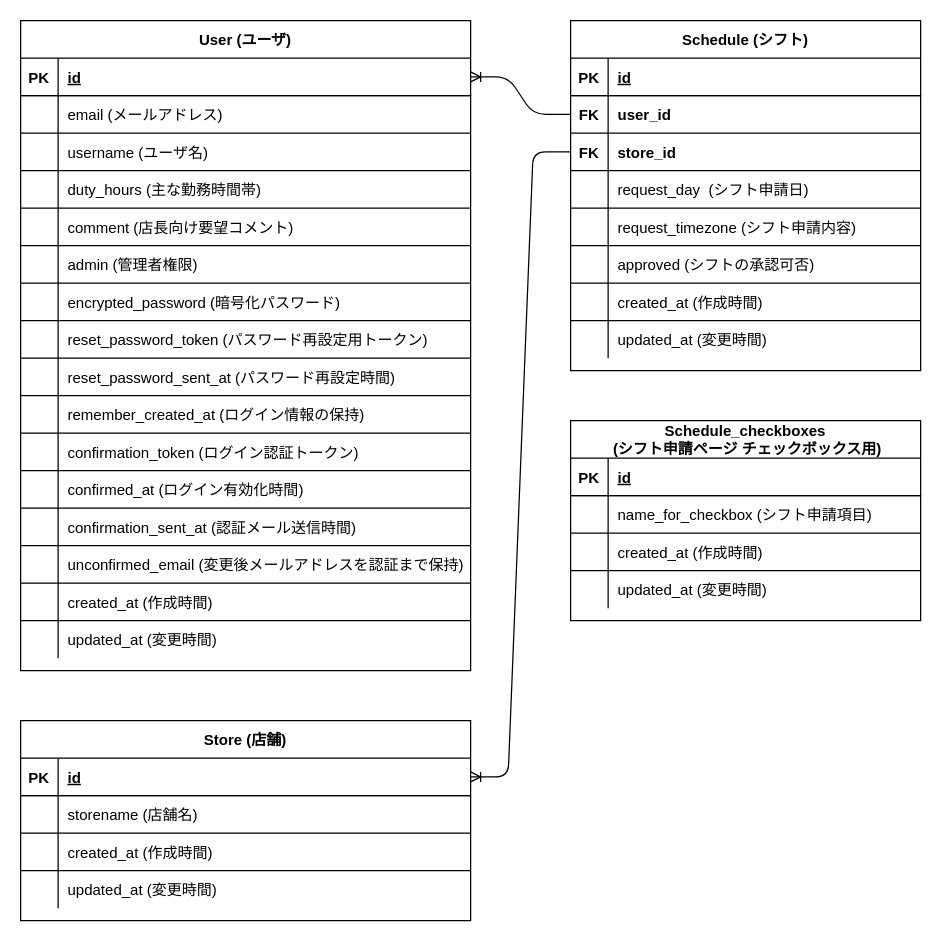
webzawa/schedule-management-app keeps this draw.io diagram as ER-diagram.drawio. Above is the earlier version. Source tidied: cells renumbered, new cells numbered last; positions are measured from the earlier drawing's top-left corner, leaving out a move shared by most shapes. Both pictures are drawn from the tidied source at 125%, with x=0, y=0 at pixel (20, 20).
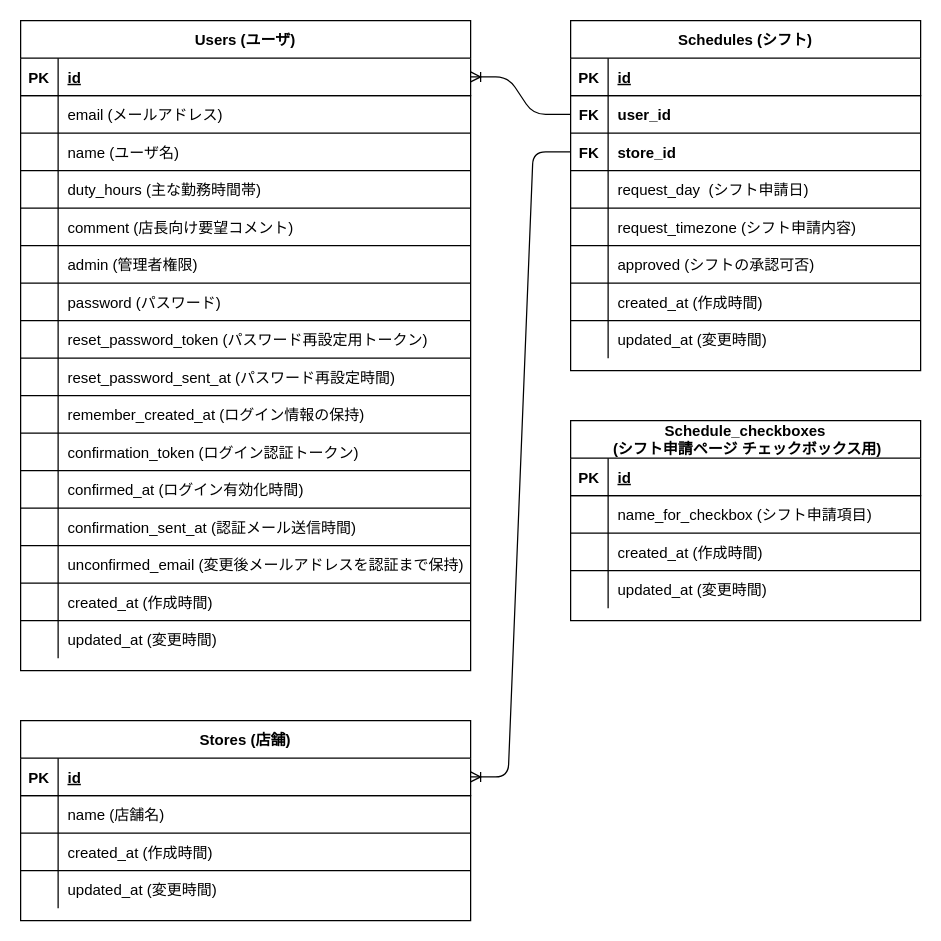
After the change.

The change refers to these unchanged cells:
```xml
<mxCell id="9" style="shape=partialRectangle;fillColor=none;top=0;left=0;bottom=0;right=0;fontColor=#000000;strokeColor=#000000;" parent="2" vertex="1">
  <mxGeometry y="90" width="360" height="30" as="geometry" />
</mxCell>
<mxCell id="21" style="shape=partialRectangle;fillColor=none;top=0;left=0;bottom=0;right=0;fontColor=#000000;strokeColor=#000000;" parent="2" vertex="1">
  <mxGeometry y="210" width="360" height="30" as="geometry" />
</mxCell>
<mxCell id="55" style="shape=partialRectangle;fillColor=none;top=0;left=0;bottom=0;right=0;fontColor=#000000;strokeColor=#000000;" parent="51" vertex="1">
  <mxGeometry y="60" width="360" height="30" as="geometry" />
</mxCell>
```

Diff of the diagram source:
```diff
@@
-    <mxCell id="2" value="User (ユーザ)" style="shape=table;startSize=30;childLayout=tableLayout;rowLines=1;fontStyle=1;align=center;swimlaneFillColor=none;" parent="1" vertex="1">
+    <mxCell id="2" value="Users (ユーザ)" style="shape=table;startSize=30;childLayout=tableLayout;rowLines=1;fontStyle=1;align=center;swimlaneFillColor=none;" parent="1" vertex="1">
       <mxGeometry width="360" height="520" as="geometry" />
     </mxCell>
@@
-    <mxCell id="11" value="username (ユーザ名)" style="shape=partialRectangle;fillColor=none;top=0;left=0;bottom=0;right=0;align=left;spacingLeft=6;overflow=hidden;fontColor=#000000;strokeColor=#000000;" parent="9" vertex="1">
+    <mxCell id="11" value="name (ユーザ名)" style="shape=partialRectangle;fillColor=none;top=0;left=0;bottom=0;right=0;align=left;spacingLeft=6;overflow=hidden;fontColor=#000000;strokeColor=#000000;" parent="9" vertex="1">
       <mxGeometry x="30" width="330" height="30" as="geometry" />
     </mxCell>
@@
-    <mxCell id="23" value="encrypted_password (暗号化パスワード)" style="shape=partialRectangle;fillColor=none;top=0;left=0;bottom=0;right=0;align=left;spacingLeft=6;overflow=hidden;fontColor=#000000;strokeColor=#000000;" parent="21" vertex="1">
+    <mxCell id="23" value="password (パスワード)" style="shape=partialRectangle;fillColor=none;top=0;left=0;bottom=0;right=0;align=left;spacingLeft=6;overflow=hidden;fontColor=#000000;strokeColor=#000000;" parent="21" vertex="1">
       <mxGeometry x="30" width="330" height="30" as="geometry" />
     </mxCell>
@@
-    <mxCell id="51" value="Store (店舗)" style="shape=table;startSize=30;childLayout=tableLayout;rowLines=1;fontStyle=1;align=center;" parent="1" vertex="1">
+    <mxCell id="51" value="Stores (店舗)" style="shape=table;startSize=30;childLayout=tableLayout;rowLines=1;fontStyle=1;align=center;" parent="1" vertex="1">
       <mxGeometry y="560" width="360" height="160" as="geometry" />
     </mxCell>
@@
-    <mxCell id="57" value="storename (店舗名)" style="shape=partialRectangle;fillColor=none;top=0;left=0;bottom=0;right=0;align=left;spacingLeft=6;overflow=hidden;fontColor=#000000;strokeColor=#000000;" parent="55" vertex="1">
+    <mxCell id="57" value="name (店舗名)" style="shape=partialRectangle;fillColor=none;top=0;left=0;bottom=0;right=0;align=left;spacingLeft=6;overflow=hidden;fontColor=#000000;strokeColor=#000000;" parent="55" vertex="1">
       <mxGeometry x="30" width="330" height="30" as="geometry" />
     </mxCell>
@@
-    <mxCell id="64" value="Schedule (シフト)" style="shape=table;startSize=30;childLayout=tableLayout;rowLines=1;fontStyle=1;align=center;" parent="1" vertex="1">
+    <mxCell id="64" value="Schedules (シフト)" style="shape=table;startSize=30;childLayout=tableLayout;rowLines=1;fontStyle=1;align=center;" parent="1" vertex="1">
       <mxGeometry x="440" width="280" height="280" as="geometry" />
     </mxCell>
```
